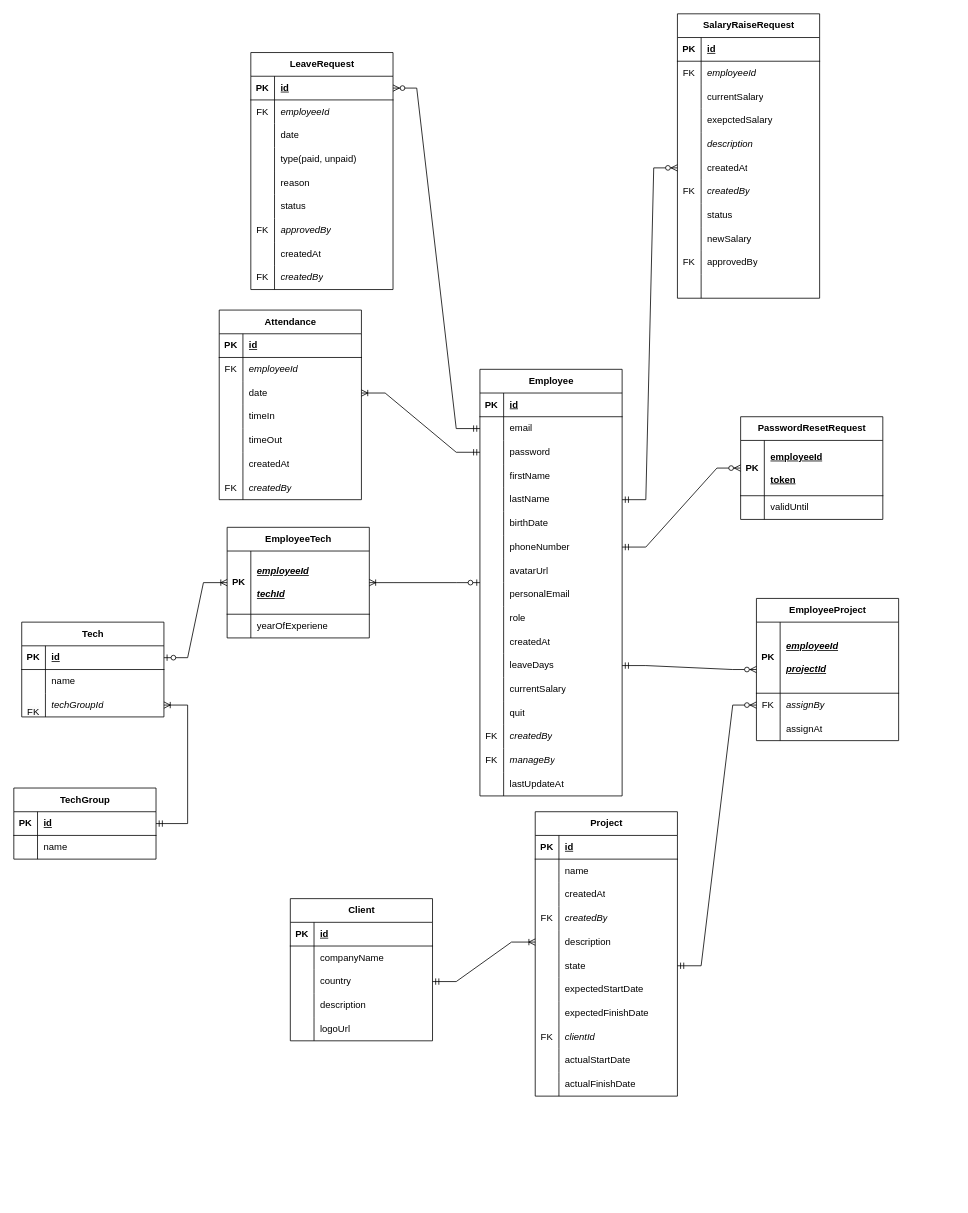
This is EntityRelationshipDiagram.drawio from LeQuiLong7/VMO_HumanManagementProject, a draw.io file, before an edit. Source tidied: cells renumbered, new cells numbered last; positions are measured from the earlier drawing's top-left corner, leaving out a move shared by most shapes. Both pictures are drawn from the tidied source at 79%, with x=0, y=0 at pixel (-216, 13).
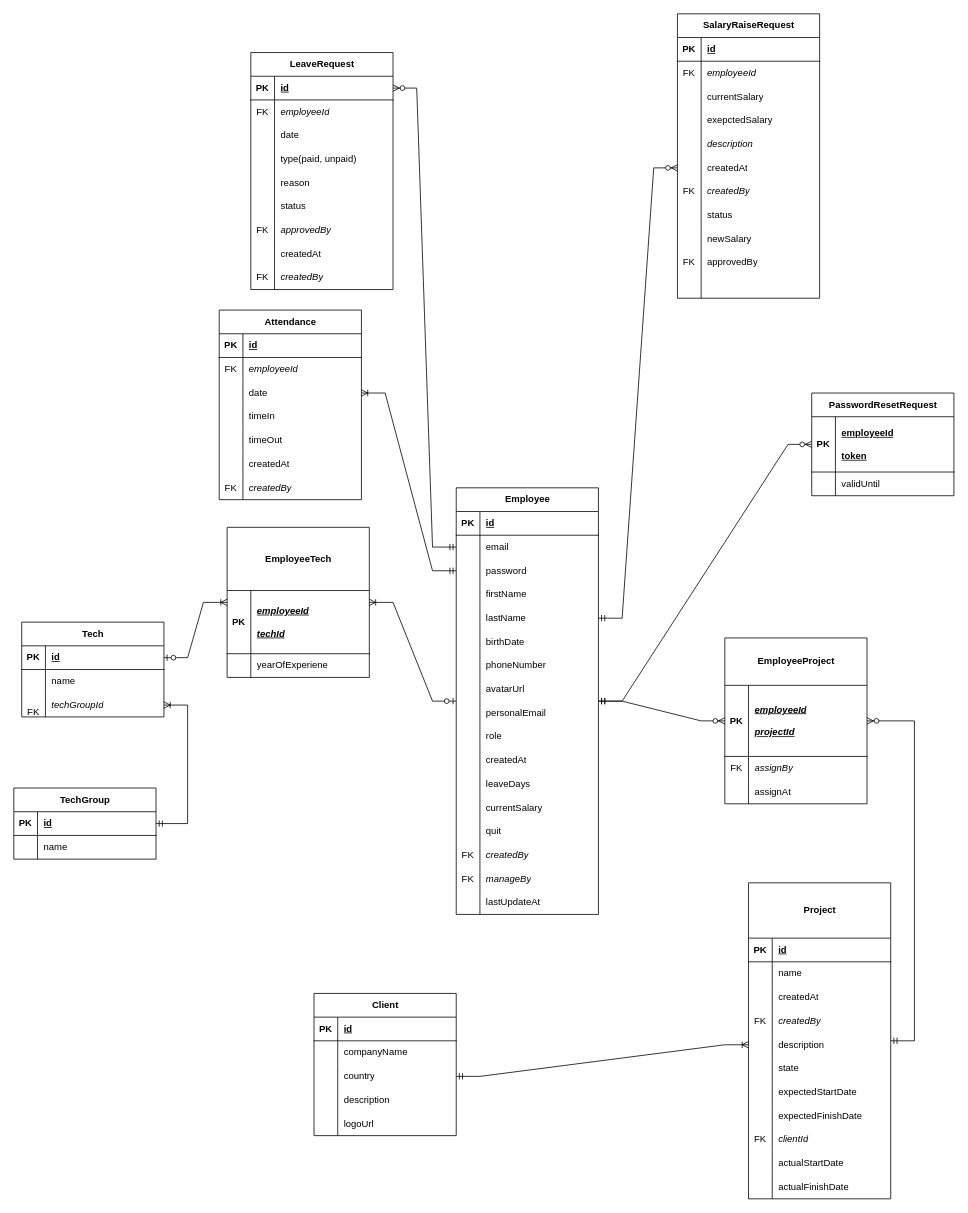
The same diagram, later.

The change refers to these unchanged cells:
```xml
<mxCell id="95" style="shape=tableRow;horizontal=0;startSize=0;swimlaneHead=0;swimlaneBody=0;fillColor=none;points=[[0,0.5],[1,0.5]];portConstraint=eastwest;top=0;left=0;right=0;bottom=0;" parent="76" vertex="1">
  <mxGeometry y="210" width="180" height="30" as="geometry" />
</mxCell>
```

The edit, as a diff of the source:
```diff
@@
-    <mxCell id="19" value="Project" style="shape=table;startSize=30;childLayout=tableLayout;rowLines=0;fontStyle=1;align=center;html=1;" parent="1" vertex="1">
-      <mxGeometry x="950" y="1010" width="180" height="360" as="geometry" />
+    <mxCell id="19" value="Project" style="shape=table;startSize=70;childLayout=tableLayout;rowLines=0;fontStyle=1;align=center;html=1;" parent="1" vertex="1">
+      <mxGeometry x="1220" y="1100" width="180" height="400" as="geometry" />
     </mxCell>
     <mxCell id="20" style="shape=tableRow;horizontal=0;startSize=0;swimlaneHead=0;swimlaneBody=0;fillColor=none;top=0;left=0;right=0;bottom=1;" parent="19" vertex="1">
-      <mxGeometry y="30" width="180" height="30" as="geometry" />
+      <mxGeometry y="70" width="180" height="30" as="geometry" />
     </mxCell>
@@
     <mxCell id="23" style="shape=tableRow;horizontal=0;startSize=0;swimlaneHead=0;swimlaneBody=0;fillColor=none;top=0;left=0;right=0;bottom=0;" parent="19" vertex="1">
-      <mxGeometry y="60" width="180" height="30" as="geometry" />
+      <mxGeometry y="100" width="180" height="30" as="geometry" />
     </mxCell>
@@
     <mxCell id="26" style="shape=tableRow;horizontal=0;startSize=0;swimlaneHead=0;swimlaneBody=0;fillColor=none;top=0;left=0;right=0;bottom=0;" parent="19" vertex="1">
-      <mxGeometry y="90" width="180" height="30" as="geometry" />
+      <mxGeometry y="130" width="180" height="30" as="geometry" />
     </mxCell>
@@
     <mxCell id="29" style="shape=tableRow;horizontal=0;startSize=0;swimlaneHead=0;swimlaneBody=0;fillColor=none;top=0;left=0;right=0;bottom=0;" parent="19" vertex="1">
-      <mxGeometry y="120" width="180" height="30" as="geometry" />
+      <mxGeometry y="160" width="180" height="30" as="geometry" />
     </mxCell>
@@
     <mxCell id="32" style="shape=tableRow;horizontal=0;startSize=0;swimlaneHead=0;swimlaneBody=0;fillColor=none;points=[[0,0.5],[1,0.5]];portConstraint=eastwest;top=0;left=0;right=0;bottom=0;" parent="19" vertex="1">
-      <mxGeometry y="150" width="180" height="30" as="geometry" />
+      <mxGeometry y="190" width="180" height="30" as="geometry" />
     </mxCell>
@@
     <mxCell id="35" style="shape=tableRow;horizontal=0;startSize=0;swimlaneHead=0;swimlaneBody=0;fillColor=none;points=[[0,0.5],[1,0.5]];portConstraint=eastwest;top=0;left=0;right=0;bottom=0;" parent="19" vertex="1">
-      <mxGeometry y="180" width="180" height="30" as="geometry" />
+      <mxGeometry y="220" width="180" height="30" as="geometry" />
     </mxCell>
@@
     <mxCell id="38" style="shape=tableRow;horizontal=0;startSize=0;swimlaneHead=0;swimlaneBody=0;fillColor=none;top=0;left=0;right=0;bottom=0;" parent="19" vertex="1">
-      <mxGeometry y="210" width="180" height="30" as="geometry" />
+      <mxGeometry y="250" width="180" height="30" as="geometry" />
     </mxCell>
@@
     <mxCell id="41" style="shape=tableRow;horizontal=0;startSize=0;swimlaneHead=0;swimlaneBody=0;fillColor=none;top=0;left=0;right=0;bottom=0;" parent="19" vertex="1">
-      <mxGeometry y="240" width="180" height="30" as="geometry" />
+      <mxGeometry y="280" width="180" height="30" as="geometry" />
     </mxCell>
@@
     <mxCell id="44" style="shape=tableRow;horizontal=0;startSize=0;swimlaneHead=0;swimlaneBody=0;fillColor=none;top=0;left=0;right=0;bottom=0;" parent="19" vertex="1">
-      <mxGeometry y="270" width="180" height="30" as="geometry" />
+      <mxGeometry y="310" width="180" height="30" as="geometry" />
     </mxCell>
@@
     <mxCell id="47" style="shape=tableRow;horizontal=0;startSize=0;swimlaneHead=0;swimlaneBody=0;fillColor=none;top=0;left=0;right=0;bottom=0;" parent="19" vertex="1">
-      <mxGeometry y="300" width="180" height="30" as="geometry" />
+      <mxGeometry y="340" width="180" height="30" as="geometry" />
     </mxCell>
@@
     <mxCell id="50" style="shape=tableRow;horizontal=0;startSize=0;swimlaneHead=0;swimlaneBody=0;fillColor=none;top=0;left=0;right=0;bottom=0;" parent="19" vertex="1">
-      <mxGeometry y="330" width="180" height="30" as="geometry" />
+      <mxGeometry y="370" width="180" height="30" as="geometry" />
     </mxCell>
@@
     <mxCell id="53" value="Client" style="shape=table;startSize=30;childLayout=tableLayout;rowLines=0;fontStyle=1;align=center;html=1;" parent="1" vertex="1">
-      <mxGeometry x="640" y="1120" width="180" height="180" as="geometry" />
+      <mxGeometry x="670" y="1240" width="180" height="180" as="geometry" />
     </mxCell>
@@
-    <mxCell id="69" value="EmployeeTech" style="shape=table;startSize=30;childLayout=tableLayout;rowLines=0;fontStyle=1;align=center;html=1;" parent="1" vertex="1">
-      <mxGeometry x="560" y="650" width="180" height="140" as="geometry" />
+    <mxCell id="69" value="EmployeeTech" style="shape=table;startSize=80;childLayout=tableLayout;rowLines=0;fontStyle=1;align=center;html=1;" parent="1" vertex="1">
+      <mxGeometry x="560" y="650" width="180" height="190" as="geometry" />
     </mxCell>
     <mxCell id="70" style="shape=tableRow;horizontal=0;startSize=0;swimlaneHead=0;swimlaneBody=0;fillColor=none;top=0;left=0;right=0;bottom=1;" parent="69" vertex="1">
-      <mxGeometry y="30" width="180" height="80" as="geometry" />
+      <mxGeometry y="80" width="180" height="80" as="geometry" />
     </mxCell>
@@
     <mxCell id="73" style="shape=tableRow;horizontal=0;startSize=0;swimlaneHead=0;swimlaneBody=0;fillColor=none;top=0;left=0;right=0;bottom=0;" parent="69" vertex="1">
-      <mxGeometry y="110" width="180" height="30" as="geometry" />
+      <mxGeometry y="160" width="180" height="30" as="geometry" />
     </mxCell>
@@
     <mxCell id="76" value="Employee" style="shape=table;startSize=30;childLayout=tableLayout;rowLines=0;fontStyle=1;align=center;html=1;" parent="1" vertex="1">
-      <mxGeometry x="880" y="450" width="180" height="540" as="geometry" />
+      <mxGeometry x="850" y="600" width="180" height="540" as="geometry" />
     </mxCell>
@@
     <mxCell id="131" value="PasswordResetRequest" style="shape=table;startSize=30;childLayout=tableLayout;rowLines=0;fontStyle=1;align=center;html=1;" parent="1" vertex="1">
-      <mxGeometry x="1210" y="510" width="180" height="130" as="geometry" />
+      <mxGeometry x="1300" y="480" width="180" height="130" as="geometry" />
     </mxCell>
@@
-    <mxCell id="188" value="EmployeeProject" style="shape=table;startSize=30;childLayout=tableLayout;rowLines=0;fontStyle=1;align=center;html=1;" parent="1" vertex="1">
-      <mxGeometry x="1230" y="740" width="180" height="180" as="geometry" />
+    <mxCell id="188" value="EmployeeProject" style="shape=table;startSize=60;childLayout=tableLayout;rowLines=0;fontStyle=1;align=center;html=1;" parent="1" vertex="1">
+      <mxGeometry x="1190" y="790" width="180" height="210" as="geometry" />
     </mxCell>
     <mxCell id="189" style="shape=tableRow;horizontal=0;startSize=0;swimlaneHead=0;swimlaneBody=0;fillColor=none;top=0;left=0;right=0;bottom=1;" parent="188" vertex="1">
-      <mxGeometry y="30" width="180" height="90" as="geometry" />
+      <mxGeometry y="60" width="180" height="90" as="geometry" />
     </mxCell>
@@
     <mxCell id="192" style="shape=tableRow;horizontal=0;startSize=0;swimlaneHead=0;swimlaneBody=0;fillColor=none;points=[[0,0.5],[1,0.5]];portConstraint=eastwest;top=0;left=0;right=0;bottom=0;" parent="188" vertex="1">
-      <mxGeometry y="120" width="180" height="30" as="geometry" />
+      <mxGeometry y="150" width="180" height="30" as="geometry" />
     </mxCell>
@@
     <mxCell id="195" style="shape=tableRow;horizontal=0;startSize=0;swimlaneHead=0;swimlaneBody=0;fillColor=none;top=0;left=0;right=0;bottom=0;" parent="188" vertex="1">
-      <mxGeometry y="150" width="180" height="30" as="geometry" />
+      <mxGeometry y="180" width="180" height="30" as="geometry" />
     </mxCell>
@@
-    <mxCell id="198" style="edgeStyle=entityRelationEdgeStyle;fontSize=12;html=1;endArrow=ERzeroToMany;startArrow=ERmandOne;rounded=0;" parent="1" edge="1" target="188">
-      <mxGeometry relative="1" as="geometry">
-        <mxPoint x="1060" y="825" as="sourcePoint" />
-      </mxGeometry>
+    <mxCell id="198" style="edgeStyle=entityRelationEdgeStyle;fontSize=12;html=1;endArrow=ERzeroToMany;startArrow=ERmandOne;rounded=0;" parent="1" edge="1" source="76" target="188">
+      <mxGeometry relative="1" as="geometry" />
     </mxCell>
-    <mxCell id="199" style="edgeStyle=entityRelationEdgeStyle;fontSize=12;html=1;endArrow=ERzeroToMany;startArrow=ERmandOne;rounded=0;entryX=0;entryY=0.5;entryDx=0;entryDy=0;exitX=1;exitY=0.5;exitDx=0;exitDy=0;" parent="1" edge="1" source="35" target="192">
+    <mxCell id="199" style="edgeStyle=entityRelationEdgeStyle;fontSize=12;html=1;endArrow=ERzeroToMany;startArrow=ERmandOne;rounded=0;" parent="1" edge="1" source="19" target="188">
       <mxGeometry relative="1" as="geometry">
         <Array as="points">
-          <mxPoint x="1010" y="1180" />
+          <mxPoint x="1020" y="1175" />
+          <mxPoint x="1440" y="1000" />
         </Array>
       </mxGeometry>
     </mxCell>
-    <mxCell id="200" style="edgeStyle=entityRelationEdgeStyle;fontSize=12;html=1;endArrow=ERzeroToMany;startArrow=ERmandOne;rounded=0;" parent="1" edge="1" source="95" target="131">
+    <mxCell id="200" style="edgeStyle=entityRelationEdgeStyle;fontSize=12;html=1;endArrow=ERzeroToMany;startArrow=ERmandOne;rounded=0;" parent="1" edge="1" source="76" target="131">
       <mxGeometry relative="1" as="geometry" />
     </mxCell>
```
